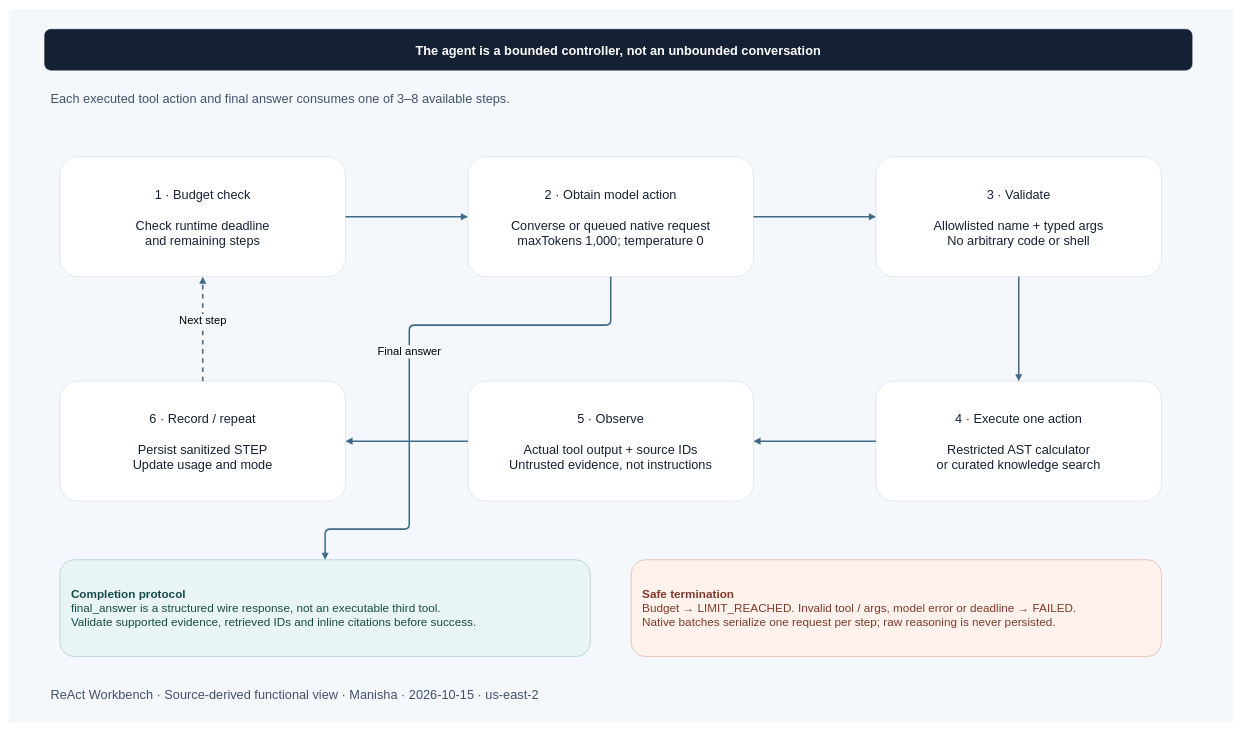
The draw.io diagram architecture/agent-control.drawio in manisa504/react-agent-aws, before the edit. Source tidied: cells renumbered, new cells numbered last; positions are measured from the earlier drawing's top-left corner, leaving out a move shared by most shapes. Both pictures are drawn from the tidied source at 51%, with x=0, y=0 at pixel (9, 9).
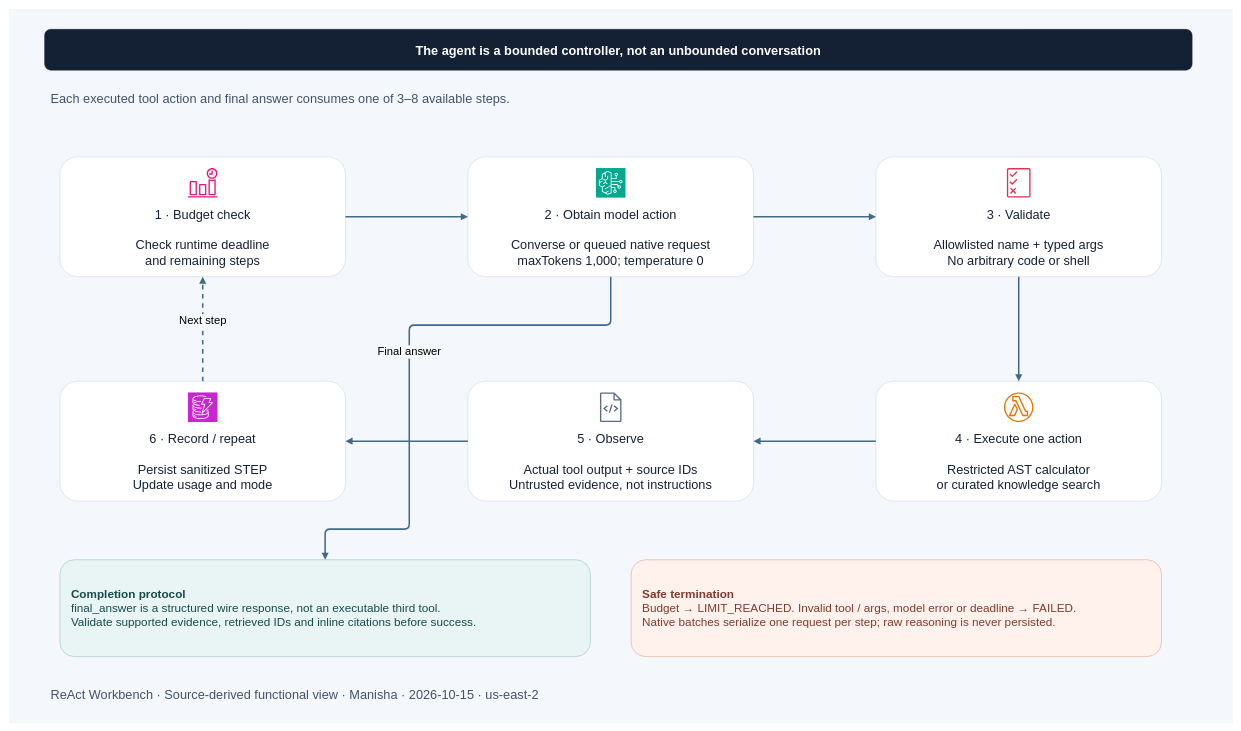
The same diagram, later.

Diff of the diagram source:
```diff
@@
-    <mxCell id="6" value="1 · Budget check&lt;br&gt;&lt;br&gt;Check runtime deadline&lt;br&gt;and remaining steps" style="html=1;whiteSpace=wrap;rounded=1;fillColor=#FFFFFF;strokeColor=#CAD3E0;fontColor=#142135;spacing=22;fontSize=25;" parent="1" vertex="1">
+    <mxCell id="6" value="1 · Budget check&lt;br&gt;&lt;br&gt;Check runtime deadline&lt;br&gt;and remaining steps" style="html=1;whiteSpace=wrap;rounded=1;fillColor=#FFFFFF;strokeColor=#CAD3E0;fontColor=#142135;spacing=22;fontSize=25;spacingTop=78;" parent="1" vertex="1">
       <mxGeometry x="100" y="290" width="560" height="235" as="geometry" />
     </mxCell>
+    <mxCell id="21" style="sketch=0;dashed=0;html=1;shape=mxgraph.aws4.event_time_based;strokeColor=none;fillColor=#E7157B;" parent="6" vertex="1">
+      <mxGeometry x="251" y="22" width="58" height="58" as="geometry" />
+    </mxCell>
-    <mxCell id="7" value="2 · Obtain model action&lt;br&gt;&lt;br&gt;Converse or queued native request&lt;br&gt;maxTokens 1,000; temperature 0" style="html=1;whiteSpace=wrap;rounded=1;fillColor=#FFFFFF;strokeColor=#CAD3E0;fontColor=#142135;spacing=22;fontSize=25;" parent="1" vertex="1">
+    <mxCell id="7" value="2 · Obtain model action&lt;br&gt;&lt;br&gt;Converse or queued native request&lt;br&gt;maxTokens 1,000; temperature 0" style="html=1;whiteSpace=wrap;rounded=1;fillColor=#FFFFFF;strokeColor=#CAD3E0;fontColor=#142135;spacing=22;fontSize=25;spacingTop=78;" parent="1" vertex="1">
       <mxGeometry x="900" y="290" width="560" height="235" as="geometry" />
     </mxCell>
+    <mxCell id="22" style="sketch=0;dashed=0;html=1;shape=mxgraph.aws4.resourceIcon;resIcon=mxgraph.aws4.bedrock;strokeColor=#ffffff;fillColor=#01A88D;" parent="7" vertex="1">
+      <mxGeometry x="251" y="22" width="58" height="58" as="geometry" />
+    </mxCell>
-    <mxCell id="8" value="3 · Validate&lt;br&gt;&lt;br&gt;Allowlisted name + typed args&lt;br&gt;No arbitrary code or shell" style="html=1;whiteSpace=wrap;rounded=1;fillColor=#FFFFFF;strokeColor=#CAD3E0;fontColor=#142135;spacing=22;fontSize=25;" parent="1" vertex="1">
+    <mxCell id="8" value="3 · Validate&lt;br&gt;&lt;br&gt;Allowlisted name + typed args&lt;br&gt;No arbitrary code or shell" style="html=1;whiteSpace=wrap;rounded=1;fillColor=#FFFFFF;strokeColor=#CAD3E0;fontColor=#142135;spacing=22;fontSize=25;spacingTop=78;" parent="1" vertex="1">
       <mxGeometry x="1700" y="290" width="560" height="235" as="geometry" />
     </mxCell>
+    <mxCell id="23" style="sketch=0;dashed=0;html=1;shape=mxgraph.aws4.permissions;strokeColor=none;fillColor=#DD344C;" parent="8" vertex="1">
+      <mxGeometry x="251" y="22" width="58" height="58" as="geometry" />
+    </mxCell>
-    <mxCell id="9" value="6 · Record / repeat&lt;br&gt;&lt;br&gt;Persist sanitized STEP&lt;br&gt;Update usage and mode" style="html=1;whiteSpace=wrap;rounded=1;fillColor=#FFFFFF;strokeColor=#CAD3E0;fontColor=#142135;spacing=22;fontSize=25;" parent="1" vertex="1">
+    <mxCell id="9" value="6 · Record / repeat&lt;br&gt;&lt;br&gt;Persist sanitized STEP&lt;br&gt;Update usage and mode" style="html=1;whiteSpace=wrap;rounded=1;fillColor=#FFFFFF;strokeColor=#CAD3E0;fontColor=#142135;spacing=22;fontSize=25;spacingTop=78;" parent="1" vertex="1">
       <mxGeometry x="100" y="730" width="560" height="235" as="geometry" />
     </mxCell>
+    <mxCell id="24" style="sketch=0;dashed=0;html=1;shape=mxgraph.aws4.resourceIcon;resIcon=mxgraph.aws4.dynamodb;strokeColor=#ffffff;fillColor=#C925D1;" parent="9" vertex="1">
+      <mxGeometry x="251" y="22" width="58" height="58" as="geometry" />
+    </mxCell>
-    <mxCell id="10" value="5 · Observe&lt;br&gt;&lt;br&gt;Actual tool output + source IDs&lt;br&gt;Untrusted evidence, not instructions" style="html=1;whiteSpace=wrap;rounded=1;fillColor=#FFFFFF;strokeColor=#CAD3E0;fontColor=#142135;spacing=22;fontSize=25;" parent="1" vertex="1">
+    <mxCell id="10" value="5 · Observe&lt;br&gt;&lt;br&gt;Actual tool output + source IDs&lt;br&gt;Untrusted evidence, not instructions" style="html=1;whiteSpace=wrap;rounded=1;fillColor=#FFFFFF;strokeColor=#CAD3E0;fontColor=#142135;spacing=22;fontSize=25;spacingTop=78;" parent="1" vertex="1">
       <mxGeometry x="900" y="730" width="560" height="235" as="geometry" />
     </mxCell>
+    <mxCell id="25" style="sketch=0;dashed=0;html=1;shape=mxgraph.aws4.source_code;strokeColor=none;fillColor=#5A6C86;" parent="10" vertex="1">
+      <mxGeometry x="251" y="22" width="58" height="58" as="geometry" />
+    </mxCell>
-    <mxCell id="11" value="4 · Execute one action&lt;br&gt;&lt;br&gt;Restricted AST calculator&lt;br&gt;or curated knowledge search" style="html=1;whiteSpace=wrap;rounded=1;fillColor=#FFFFFF;strokeColor=#CAD3E0;fontColor=#142135;spacing=22;fontSize=25;" parent="1" vertex="1">
+    <mxCell id="11" value="4 · Execute one action&lt;br&gt;&lt;br&gt;Restricted AST calculator&lt;br&gt;or curated knowledge search" style="html=1;whiteSpace=wrap;rounded=1;fillColor=#FFFFFF;strokeColor=#CAD3E0;fontColor=#142135;spacing=22;fontSize=25;spacingTop=78;" parent="1" vertex="1">
       <mxGeometry x="1700" y="730" width="560" height="235" as="geometry" />
     </mxCell>
+    <mxCell id="26" style="sketch=0;dashed=0;html=1;shape=mxgraph.aws4.lambda_function;strokeColor=none;fillColor=#ED7100;" parent="11" vertex="1">
+      <mxGeometry x="251" y="22" width="58" height="58" as="geometry" />
+    </mxCell>
```
